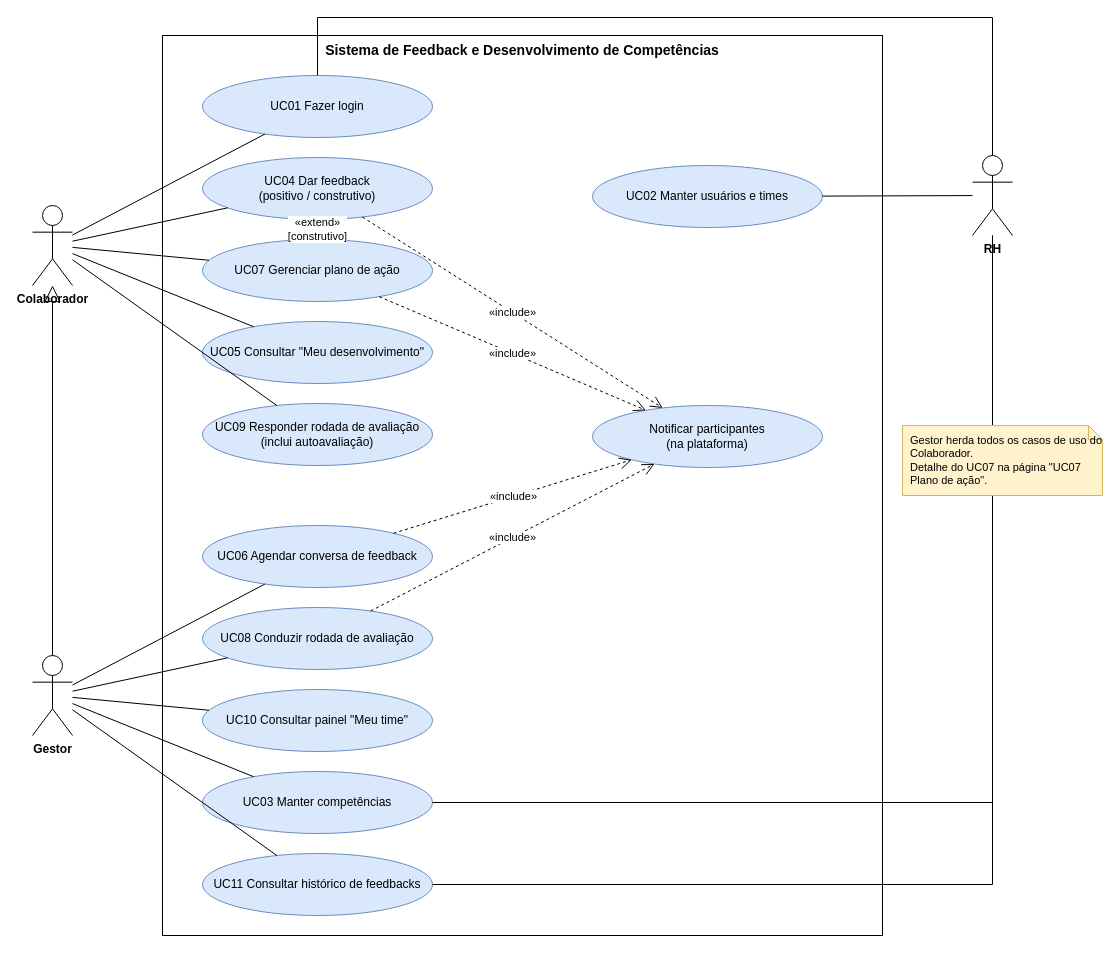
This is page "Visão geral" (1 of 2) of docs/casos-de-uso.drawio from FelipeNCampos/sistema_de_feedback, a draw.io file, before an edit. Source tidied: cells renumbered, new cells numbered last; positions are measured from the earlier drawing's top-left corner, leaving out a move shared by most shapes. Both pictures are drawn from the tidied source at 100%, with x=0, y=0 at pixel (32, 17).
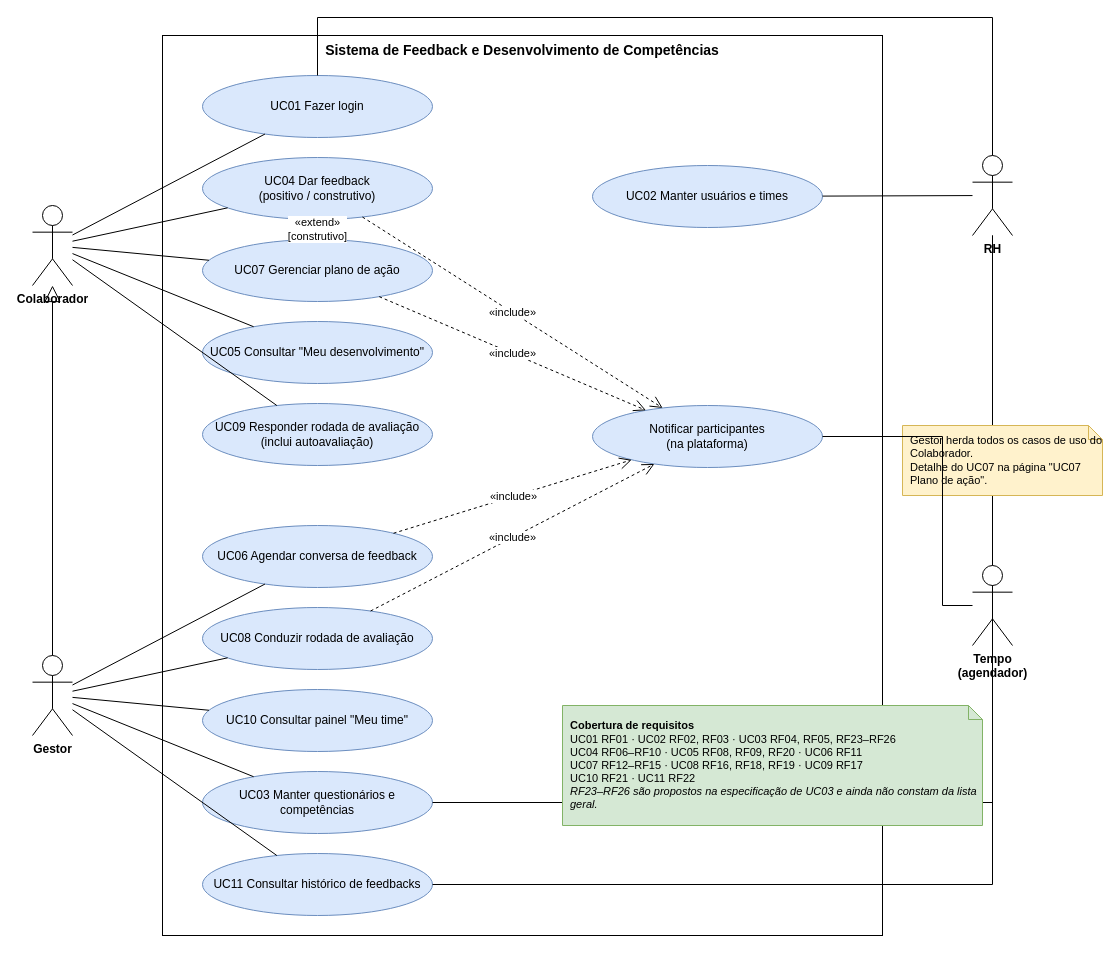
The same diagram, later.

Unchanged cells that the change refers to:
```xml
<mxCell id="14" value="Notificar participantes&lt;br&gt;(na plataforma)" style="ellipse;whiteSpace=wrap;html=1;fillColor=#dae8fc;strokeColor=#6c8ebf;fontSize=12;" parent="1" vertex="1">
  <mxGeometry x="560" y="388" width="230" height="62" as="geometry" />
</mxCell>
```

Diff of the diagram source:
```diff
@@
-    <mxCell id="11" value="UC03 Manter competências" style="ellipse;whiteSpace=wrap;html=1;fillColor=#dae8fc;strokeColor=#6c8ebf;fontSize=12;" parent="1" vertex="1">
+    <mxCell id="11" value="UC03 Manter questionários e competências" style="ellipse;whiteSpace=wrap;html=1;fillColor=#dae8fc;strokeColor=#6c8ebf;fontSize=12;" parent="1" vertex="1">
       <mxGeometry x="170" y="754" width="230" height="62" as="geometry" />
     </mxCell>
@@
+    <mxCell id="39" value="Tempo&lt;br&gt;(agendador)" style="shape=umlActor;verticalLabelPosition=bottom;verticalAlign=top;html=1;outlineConnect=0;fontStyle=1;" parent="1" vertex="1">
+      <mxGeometry x="940" y="548" width="40" height="80" as="geometry" />
+    </mxCell>
+    <mxCell id="40" style="endArrow=none;html=1;rounded=0;" parent="1" edge="1" source="39" target="14">
+      <mxGeometry relative="1" as="geometry">
+        <Array as="points">
+          <mxPoint x="910" y="588" />
+          <mxPoint x="910" y="419" />
+        </Array>
+      </mxGeometry>
+    </mxCell>
+    <mxCell id="41" value="&lt;b&gt;Cobertura de requisitos&lt;/b&gt;&lt;br&gt;UC01 RF01 · UC02 RF02, RF03 · UC03 RF04, RF05, RF23–RF26&lt;br&gt;UC04 RF06–RF10 · UC05 RF08, RF09, RF20 · UC06 RF11&lt;br&gt;UC07 RF12–RF15 · UC08 RF16, RF18, RF19 · UC09 RF17&lt;br&gt;UC10 RF21 · UC11 RF22&lt;br&gt;&lt;i&gt;RF23–RF26 são propostos na especificação de UC03 e ainda não constam da lista geral.&lt;/i&gt;" style="shape=note;whiteSpace=wrap;html=1;size=14;fillColor=#d5e8d4;strokeColor=#82b366;align=left;spacingLeft=6;fontSize=11;" parent="1" vertex="1">
+      <mxGeometry x="530" y="688" width="420" height="120" as="geometry" />
+    </mxCell>
```
